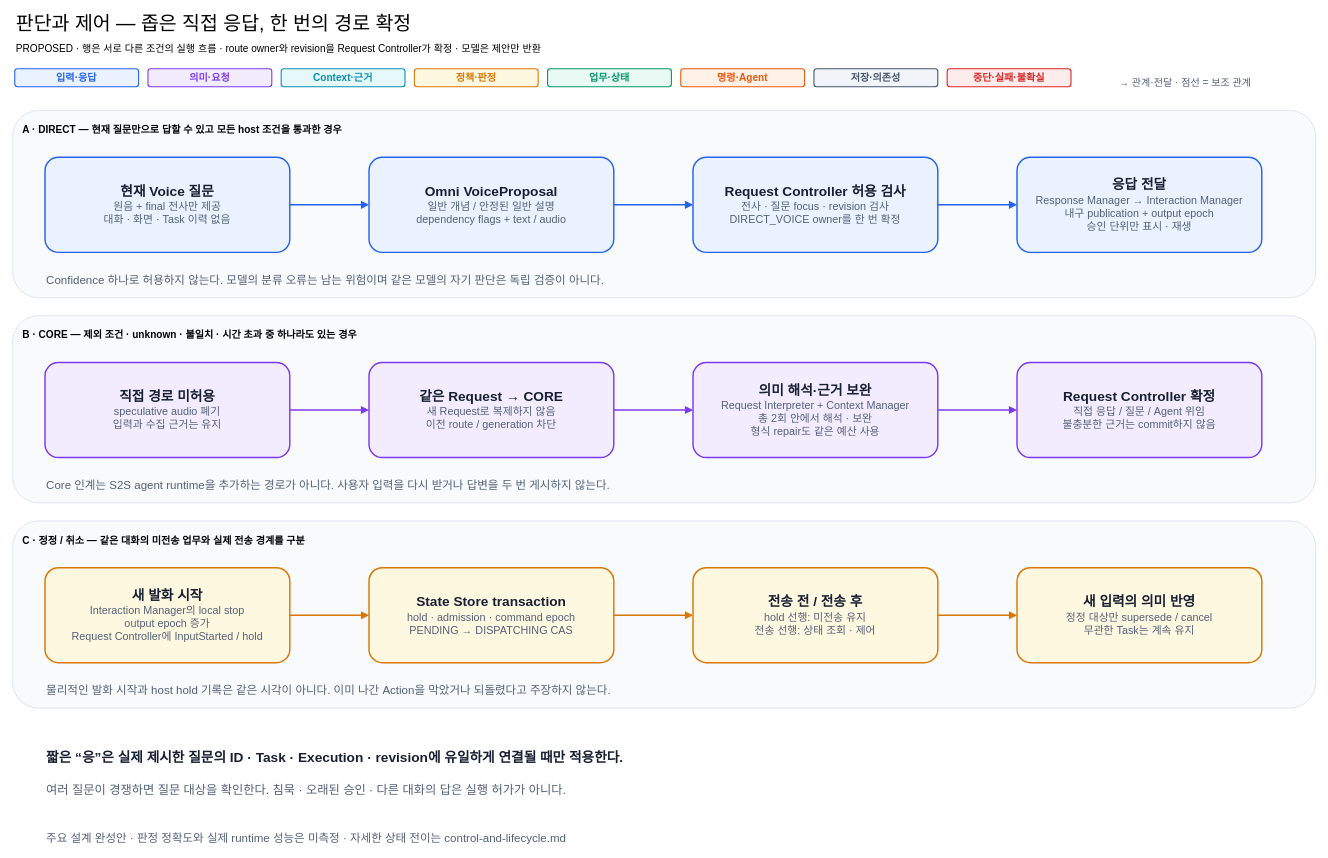
Above: docs/architecture/12-decisions/target-architecture/diagrams/12-admission-and-control.drawio in cbyche/via-sw-architecture (draw.io), before the change. Source tidied: cells renumbered, new cells numbered last; positions are measured from the earlier drawing's top-left corner, leaving out a move shared by most shapes. Both pictures are drawn from the tidied source at 72%, with x=0, y=0 at pixel (12, 13).
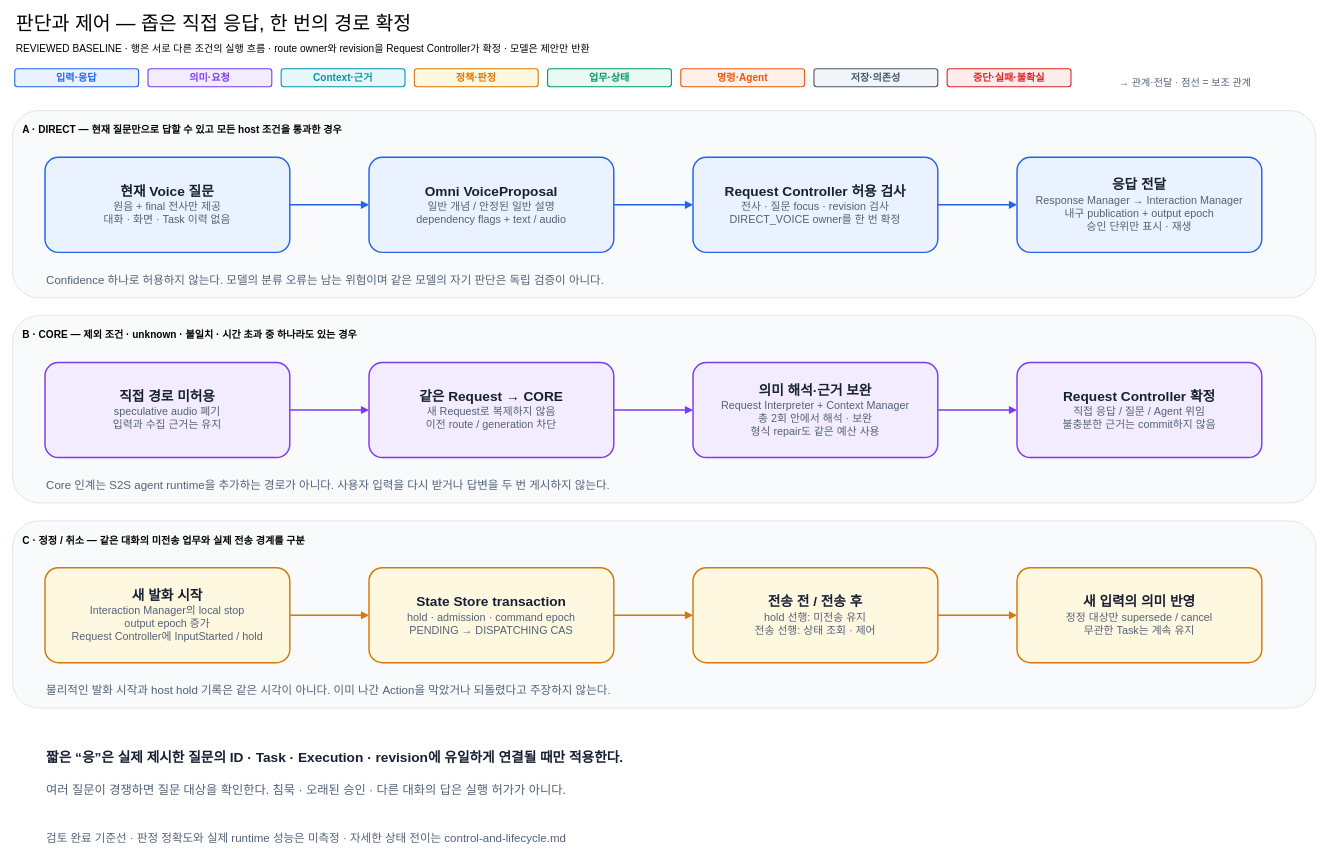
After the change.

What changed in the source:
```diff
@@
-    <mxCell id="32" value="주요 설계 완성안 · 판정 정확도와 실제 runtime 성능은 미측정 · 자세한 상태 전이는 control-and-lifecycle.md" style="text;html=1;strokeColor=none;fillColor=none;align=left;fontSize=16;fontColor=#526178;fontStyle=0;" parent="1" vertex="1">
+    <mxCell id="32" value="검토 완료 기준선 · 판정 정확도와 실제 runtime 성능은 미측정 · 자세한 상태 전이는 control-and-lifecycle.md" style="text;html=1;strokeColor=none;fillColor=none;align=left;fontSize=16;fontColor=#526178;fontStyle=0;" parent="1" vertex="1">
       <mxGeometry x="45" y="1129" width="938" height="28" as="geometry" />
     </mxCell>
@@
-    <mxCell id="42" value="PROPOSED · 행은 서로 다른 조건의 실행 흐름 · route owner와 revision을 Request Controller가 확정 · 모델은 제안만 반환" style="text;html=1;align=left;verticalAlign=middle;strokeColor=none;fillColor=none;fontSize=14;" parent="1" vertex="1">
+    <mxCell id="42" value="REVIEWED BASELINE · 행은 서로 다른 조건의 실행 흐름 · route owner와 revision을 Request Controller가 확정 · 모델은 제안만 반환" style="text;html=1;align=left;verticalAlign=middle;strokeColor=none;fillColor=none;fontSize=14;" parent="1" vertex="1">
       <mxGeometry x="3" y="34" width="1804" height="30" as="geometry" />
     </mxCell>
```
